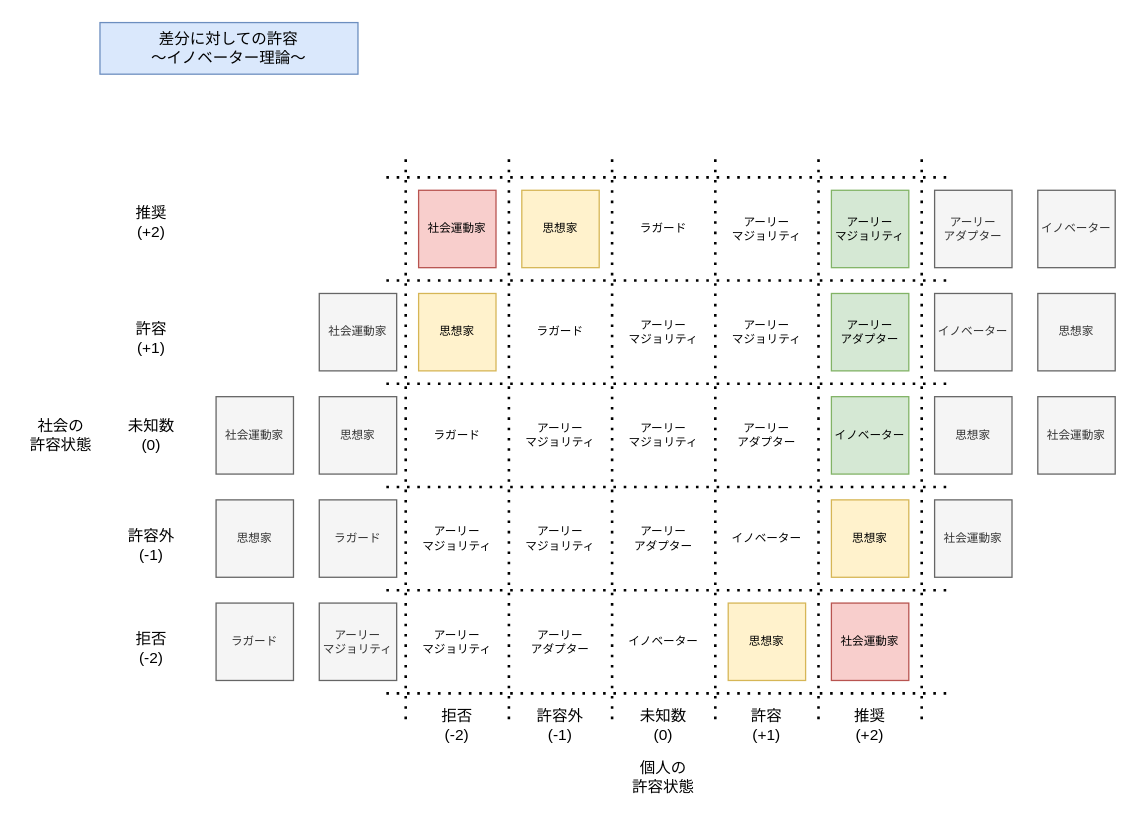
YossyIto/booklog_drowio keeps this draw.io diagram as qiita_differennce3.drawio. Above is the earlier version. Source tidied: cells renumbered, new cells numbered last; positions are measured from the earlier drawing's top-left corner, leaving out a move shared by most shapes. Both pictures are drawn from the tidied source at 129%, with x=0, y=0 at pixel (22, 22).
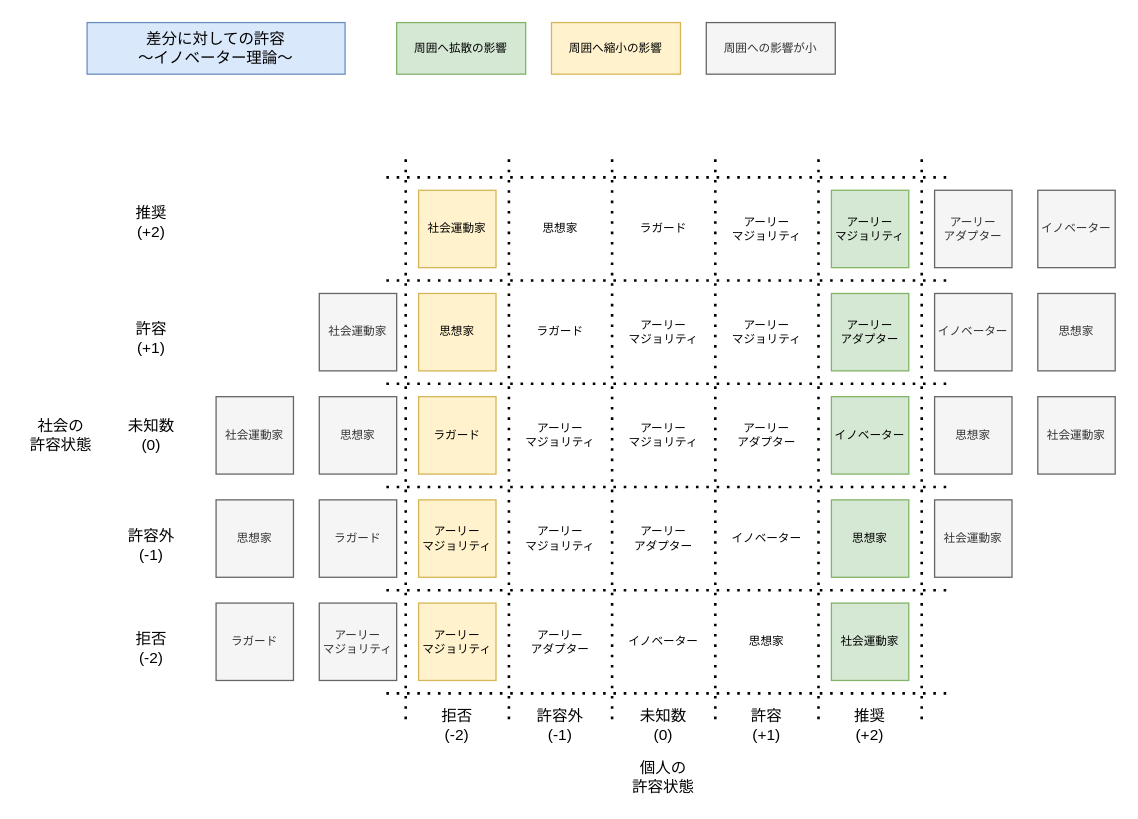
The same diagram, later.

Commit message (it also covers changes not shown here):
qiita_differennce3.drawio を更新します

The edit, as a diff of the source:
```diff
@@
     <mxCell id="2" value="差分に対しての許容&lt;div&gt;～イノベーター理論～&lt;/div&gt;" style="text;html=1;align=center;verticalAlign=middle;whiteSpace=wrap;rounded=0;fillColor=#dae8fc;strokeColor=#6c8ebf;" parent="1" vertex="1">
-      <mxGeometry x="60" width="200" height="40" as="geometry" />
+      <mxGeometry x="50" width="200" height="40" as="geometry" />
     </mxCell>
@@
-    <mxCell id="31" value="ラガード" style="text;html=1;align=center;verticalAlign=middle;whiteSpace=wrap;rounded=0;fontSize=9;" parent="1" vertex="1">
+    <mxCell id="31" value="ラガード" style="text;html=1;align=center;verticalAlign=middle;whiteSpace=wrap;rounded=0;fontSize=9;fillColor=#fff2cc;strokeColor=#d6b656;" parent="1" vertex="1">
       <mxGeometry x="307" y="290" width="60" height="60" as="geometry" />
     </mxCell>
@@
-    <mxCell id="38" value="思想家" style="text;html=1;align=center;verticalAlign=middle;whiteSpace=wrap;rounded=0;fontSize=9;fillColor=#fff2cc;strokeColor=#d6b656;" parent="1" vertex="1">
+    <mxCell id="38" value="思想家" style="text;html=1;align=center;verticalAlign=middle;whiteSpace=wrap;rounded=0;fontSize=9;" parent="1" vertex="1">
       <mxGeometry x="387" y="130" width="60" height="60" as="geometry" />
     </mxCell>
@@
-    <mxCell id="43" value="社会運動家" style="text;html=1;align=center;verticalAlign=middle;whiteSpace=wrap;rounded=0;fontSize=9;fillColor=#f8cecc;strokeColor=#b85450;" parent="1" vertex="1">
+    <mxCell id="43" value="社会運動家" style="text;html=1;align=center;verticalAlign=middle;whiteSpace=wrap;rounded=0;fontSize=9;fillColor=#fff2cc;strokeColor=#d6b656;" parent="1" vertex="1">
       <mxGeometry x="307" y="130" width="60" height="60" as="geometry" />
     </mxCell>
@@
-    <mxCell id="47" value="アーリー&lt;br&gt;&lt;div&gt;マジョリティ&lt;/div&gt;" style="text;html=1;align=center;verticalAlign=middle;whiteSpace=wrap;rounded=0;fontSize=9;" parent="1" vertex="1">
+    <mxCell id="47" value="アーリー&lt;br&gt;&lt;div&gt;マジョリティ&lt;/div&gt;" style="text;html=1;align=center;verticalAlign=middle;whiteSpace=wrap;rounded=0;fontSize=9;fillColor=#fff2cc;strokeColor=#d6b656;" parent="1" vertex="1">
       <mxGeometry x="307" y="370" width="60" height="60" as="geometry" />
     </mxCell>
-    <mxCell id="48" value="思想家" style="text;html=1;align=center;verticalAlign=middle;whiteSpace=wrap;rounded=0;fontSize=9;fillColor=#fff2cc;strokeColor=#d6b656;" parent="1" vertex="1">
+    <mxCell id="48" value="思想家" style="text;html=1;align=center;verticalAlign=middle;whiteSpace=wrap;rounded=0;fontSize=9;fillColor=#d5e8d4;strokeColor=#82b366;" parent="1" vertex="1">
       <mxGeometry x="627" y="370" width="60" height="60" as="geometry" />
     </mxCell>
-    <mxCell id="49" value="思想家" style="text;html=1;align=center;verticalAlign=middle;whiteSpace=wrap;rounded=0;fontSize=9;fillColor=#fff2cc;strokeColor=#d6b656;" parent="1" vertex="1">
+    <mxCell id="49" value="思想家" style="text;html=1;align=center;verticalAlign=middle;whiteSpace=wrap;rounded=0;fontSize=9;" parent="1" vertex="1">
       <mxGeometry x="547" y="450" width="60" height="60" as="geometry" />
     </mxCell>
-    <mxCell id="50" value="社会運動家" style="text;html=1;align=center;verticalAlign=middle;whiteSpace=wrap;rounded=0;fontSize=9;fillColor=#f8cecc;strokeColor=#b85450;" parent="1" vertex="1">
+    <mxCell id="50" value="社会運動家" style="text;html=1;align=center;verticalAlign=middle;whiteSpace=wrap;rounded=0;fontSize=9;fillColor=#d5e8d4;strokeColor=#82b366;" parent="1" vertex="1">
       <mxGeometry x="627" y="450" width="60" height="60" as="geometry" />
     </mxCell>
@@
-    <mxCell id="58" value="アーリー&lt;br&gt;&lt;div&gt;マジョリティ&lt;/div&gt;" style="text;html=1;align=center;verticalAlign=middle;whiteSpace=wrap;rounded=0;fontSize=9;" parent="1" vertex="1">
+    <mxCell id="58" value="アーリー&lt;br&gt;&lt;div&gt;マジョリティ&lt;/div&gt;" style="text;html=1;align=center;verticalAlign=middle;whiteSpace=wrap;rounded=0;fontSize=9;fillColor=#fff2cc;strokeColor=#d6b656;" parent="1" vertex="1">
       <mxGeometry x="307" y="450" width="60" height="60" as="geometry" />
     </mxCell>
@@
+    <mxCell id="66" value="&lt;div&gt;周囲への&lt;span style=&quot;background-color: transparent; color: light-dark(rgb(51, 51, 51), rgb(193, 193, 193));&quot;&gt;影響が小&lt;/span&gt;&lt;/div&gt;" style="text;html=1;align=center;verticalAlign=middle;whiteSpace=wrap;rounded=0;fontSize=9;fillColor=#f5f5f5;fontColor=#333333;strokeColor=#666666;" parent="1" vertex="1">
+      <mxGeometry x="530" width="100" height="40" as="geometry" />
+    </mxCell>
+    <mxCell id="67" value="周囲へ拡散の影響" style="text;html=1;align=center;verticalAlign=middle;whiteSpace=wrap;rounded=0;fontSize=9;fillColor=#d5e8d4;strokeColor=#82b366;" parent="1" vertex="1">
+      <mxGeometry x="290" width="100" height="40" as="geometry" />
+    </mxCell>
+    <mxCell id="68" value="周囲へ縮小の影響" style="text;html=1;align=center;verticalAlign=middle;whiteSpace=wrap;rounded=0;fontSize=9;fillColor=#fff2cc;strokeColor=#d6b656;" parent="1" vertex="1">
+      <mxGeometry x="410" width="100" height="40" as="geometry" />
+    </mxCell>
```
